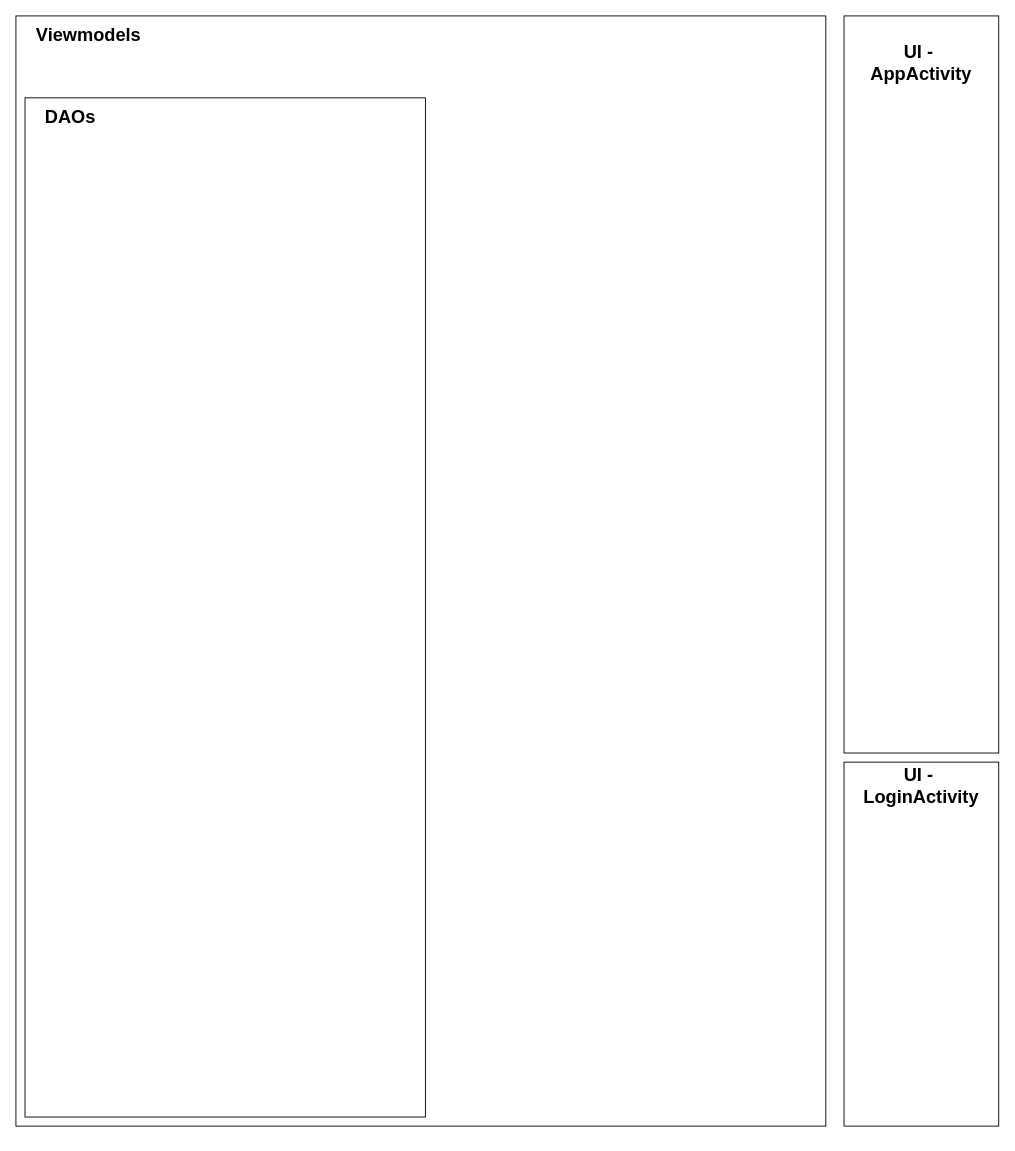
This is objekt-laufzeit.drawio from TheYaINN/Taskmaster, a draw.io file, before an edit. Source tidied: cells renumbered, new cells numbered last; positions are measured from the earlier drawing's top-left corner, leaving out a move shared by most shapes. Both pictures are drawn from the tidied source at 91%, with x=0, y=0 at pixel (15, 15).
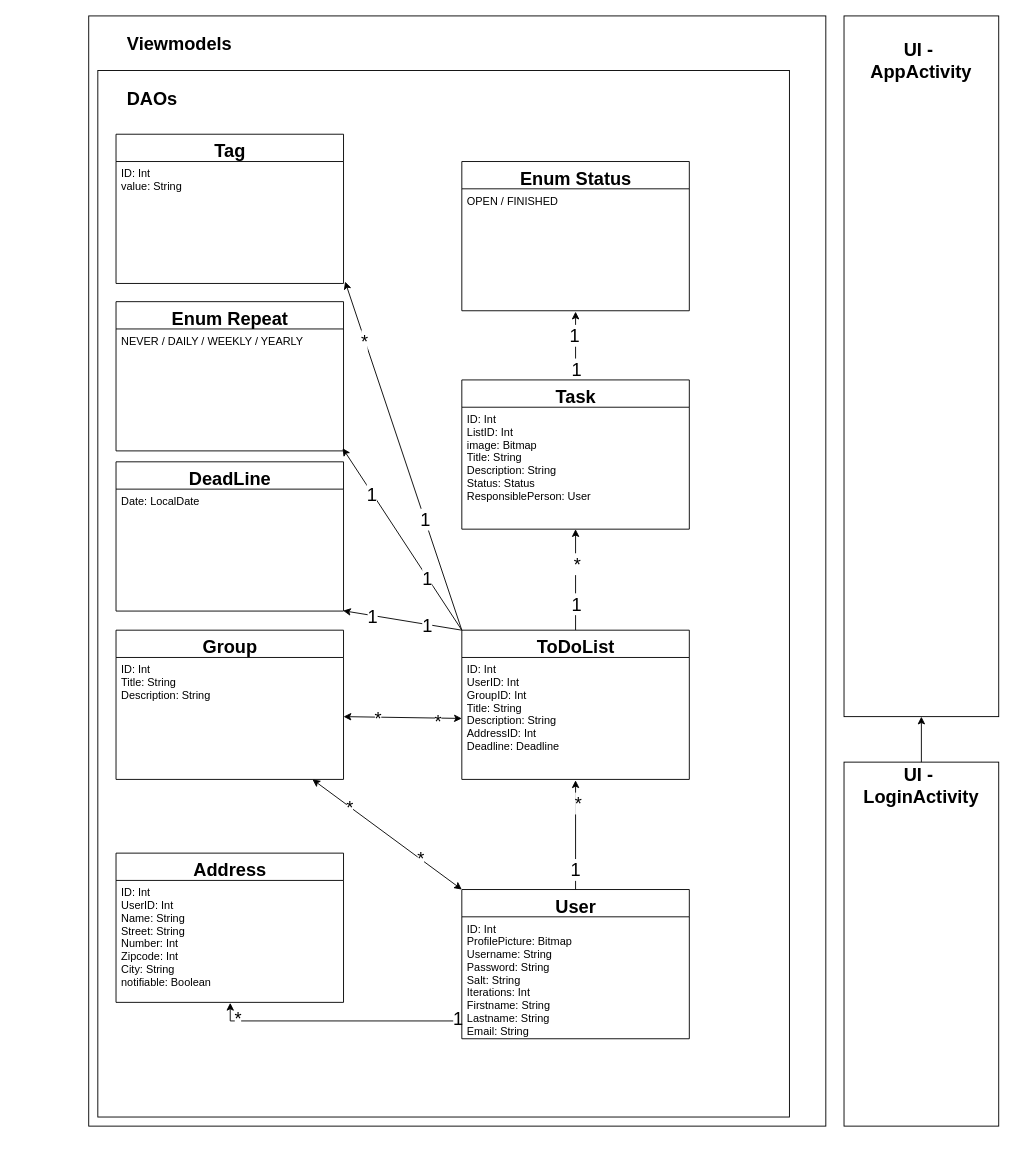
After the change.

Unchanged cells that the change refers to:
```xml
<mxCell id="11" style="rounded=0;whiteSpace=wrap;html=1;labelBackgroundColor=none;fontSize=20;fontColor=#000000;align=left;" parent="10" vertex="1">
  <mxGeometry width="170" height="400" as="geometry" />
</mxCell>
```

Diff of the diagram source:
```diff
@@
-    <mxCell id="2" style="group;" parent="1" vertex="1">
-      <mxGeometry x="10" y="90" width="870" height="1140" as="geometry" />
-    </mxCell>
-    <mxCell id="3" style="rounded=0;whiteSpace=wrap;html=1;" parent="2" vertex="1">
-      <mxGeometry x="-10" y="-90" width="890" height="1220" as="geometry" />
+    <mxCell id="3" style="rounded=0;whiteSpace=wrap;html=1;" parent="1" vertex="1">
+      <mxGeometry x="80" width="810" height="1220" as="geometry" />
     </mxCell>
-    <mxCell id="4" style="rounded=0;whiteSpace=wrap;labelPosition=left;verticalLabelPosition=middle;align=right;verticalAlign=middle;html=1;fontStyle=1;fontSize=20;labelBackgroundColor=none;labelBorderColor=none;spacingTop=0;noLabel=0;overflow=visible;" parent="2" vertex="1">
-      <mxGeometry width="440" height="1120" as="geometry" />
-    </mxCell>
-    <mxCell id="5" value="&lt;b&gt;DAOs&lt;/b&gt;" style="text;html=1;strokeColor=none;fillColor=none;align=center;verticalAlign=middle;whiteSpace=wrap;rounded=0;labelBackgroundColor=none;fontSize=20;fontColor=#000000;" parent="2" vertex="1">
-      <mxGeometry x="10" y="10" width="80" height="20" as="geometry" />
-    </mxCell>
     <mxCell id="6" value="&lt;b&gt;Viewmodels&lt;/b&gt;" style="text;html=1;strokeColor=none;fillColor=none;align=center;verticalAlign=middle;whiteSpace=wrap;rounded=0;labelBackgroundColor=none;fontSize=20;fontColor=#000000;" parent="1" vertex="1">
-      <mxGeometry x="10" y="10" width="140" height="20" as="geometry" />
+      <mxGeometry x="110" y="20" width="140" height="20" as="geometry" />
     </mxCell>
     <mxCell id="7" style="group;" parent="1" vertex="1">
-      <mxGeometry x="910" width="170" height="810" as="geometry" />
+      <mxGeometry x="910" width="170" height="770" as="geometry" />
     </mxCell>
     <mxCell id="8" style="rounded=0;whiteSpace=wrap;html=1;labelBackgroundColor=none;fontSize=20;fontColor=#000000;align=left;" parent="7" vertex="1">
-      <mxGeometry width="170" height="810" as="geometry" />
+      <mxGeometry width="170" height="770" as="geometry" />
     </mxCell>
     <mxCell id="9" value="&lt;b&gt;UI -&amp;nbsp; AppActivity&lt;br&gt;&lt;/b&gt;" style="text;html=1;strokeColor=none;fillColor=none;align=center;verticalAlign=middle;whiteSpace=wrap;rounded=0;labelBackgroundColor=none;fontSize=20;fontColor=#000000;" parent="7" vertex="1">
-      <mxGeometry x="10" y="12.9" width="150" height="77.1" as="geometry" />
+      <mxGeometry x="10" y="12.2" width="150" height="73.3" as="geometry" />
     </mxCell>
@@
+    <mxCell id="4" style="rounded=0;whiteSpace=wrap;labelPosition=left;verticalLabelPosition=middle;align=right;verticalAlign=middle;html=1;fontStyle=1;fontSize=20;labelBackgroundColor=none;labelBorderColor=none;spacingTop=0;noLabel=0;overflow=visible;" parent="1" vertex="1">
+      <mxGeometry x="90" y="60" width="760" height="1150" as="geometry" />
+    </mxCell>
+    <mxCell id="5" value="&lt;b&gt;DAOs&lt;/b&gt;" style="text;html=1;strokeColor=none;fillColor=none;align=center;verticalAlign=middle;whiteSpace=wrap;rounded=0;labelBackgroundColor=none;fontSize=20;fontColor=#000000;" parent="1" vertex="1">
+      <mxGeometry x="110" y="80" width="80" height="20" as="geometry" />
+    </mxCell>
+    <mxCell id="13" style="edgeStyle=orthogonalEdgeStyle;rounded=0;jettySize=auto;html=1;entryX=0.5;entryY=1;entryDx=0;entryDy=0;fontSize=20;fontColor=#000000;" parent="1" edge="1" source="11" target="8">
+      <mxGeometry relative="1" as="geometry" />
+    </mxCell>
+    <mxCell id="14" style="edgeStyle=orthogonalEdgeStyle;rounded=0;jettySize=auto;html=1;entryX=0.502;entryY=1.004;entryDx=0;entryDy=0;entryPerimeter=0;fontSize=20;fontColor=#000000;exitX=0;exitY=0.854;exitDx=0;exitDy=0;exitPerimeter=0;" parent="1" edge="1" source="21" target="23">
+      <mxGeometry relative="1" as="geometry" />
+    </mxCell>
+    <mxCell id="15" value="1" style="edgeLabel;html=1;align=center;verticalAlign=middle;fontSize=20;fontColor=#000000;" parent="14" vertex="1">
+      <mxGeometry x="-0.36" y="-1" relative="1" as="geometry">
+        <mxPoint x="83" y="-3" as="offset" />
+      </mxGeometry>
+    </mxCell>
+    <mxCell id="16" value="*" style="edgeLabel;html=1;align=center;verticalAlign=middle;fontSize=20;fontColor=#000000;" parent="14" vertex="1">
+      <mxGeometry x="0.35" y="1" relative="1" as="geometry">
+        <mxPoint x="-61" y="-5" as="offset" />
+      </mxGeometry>
+    </mxCell>
+    <mxCell id="17" style="edgeStyle=orthogonalEdgeStyle;rounded=0;jettySize=auto;html=1;entryX=0.5;entryY=1.007;entryDx=0;entryDy=0;entryPerimeter=0;fontSize=20;fontColor=#000000;" parent="1" edge="1" source="20" target="28">
+      <mxGeometry relative="1" as="geometry" />
+    </mxCell>
+    <mxCell id="18" value="1" style="edgeLabel;html=1;align=center;verticalAlign=middle;fontSize=20;fontColor=#000000;" parent="17" vertex="1">
+      <mxGeometry x="-0.61" y="1" relative="1" as="geometry" />
+    </mxCell>
+    <mxCell id="19" value="*" style="edgeLabel;html=1;align=center;verticalAlign=middle;fontSize=20;fontColor=#000000;" parent="17" vertex="1">
+      <mxGeometry x="0.6" y="-2" relative="1" as="geometry" />
+    </mxCell>
+    <mxCell id="20" value="User" style="swimlane;fontStyle=1;align=center;verticalAlign=top;horizontal=1;startSize=30;rounded=0;labelBackgroundColor=none;fontSize=20;fontColor=#000000;html=1;" parent="1" vertex="1">
+      <mxGeometry x="490" y="960" width="250" height="164" as="geometry" />
+    </mxCell>
+    <mxCell id="21" value="ID: Int&#10;ProfilePicture: Bitmap&#10;Username: String&#10;Password: String&#10;Salt: String&#10;Iterations: Int&#10;Firstname: String&#10;Lastname: String&#10;Email: String" style="text;strokeColor=none;fillColor=none;align=left;verticalAlign=top;spacingLeft=4;spacingRight=4;overflow=hidden;points=[[0,0.5],[1,0.5]];portConstraint=eastwest;" parent="20" vertex="1">
+      <mxGeometry y="30" width="250" height="134" as="geometry" />
+    </mxCell>
+    <mxCell id="22" value="Address" style="swimlane;fontStyle=1;align=center;verticalAlign=top;horizontal=1;startSize=30;rounded=0;labelBackgroundColor=none;fontSize=20;fontColor=#000000;html=1;" parent="1" vertex="1">
+      <mxGeometry x="110" y="920" width="250" height="164" as="geometry" />
+    </mxCell>
+    <mxCell id="23" value="ID: Int&#10;UserID: Int&#10;Name: String&#10;Street: String&#10;Number: Int&#10;Zipcode: Int&#10;City: String&#10;notifiable: Boolean" style="text;strokeColor=none;fillColor=none;align=left;verticalAlign=top;spacingLeft=4;spacingRight=4;overflow=hidden;points=[[0,0.5],[1,0.5]];portConstraint=eastwest;" parent="22" vertex="1">
+      <mxGeometry y="30" width="250" height="134" as="geometry" />
+    </mxCell>
+    <mxCell id="24" style="edgeStyle=orthogonalEdgeStyle;rounded=0;jettySize=auto;html=1;entryX=0.5;entryY=1;entryDx=0;entryDy=0;entryPerimeter=0;fontSize=20;fontColor=#000000;" parent="1" edge="1" source="27" target="35">
+      <mxGeometry relative="1" as="geometry" />
+    </mxCell>
+    <mxCell id="25" value="1" style="edgeLabel;html=1;align=center;verticalAlign=middle;fontSize=20;fontColor=#000000;" parent="24" vertex="1">
+      <mxGeometry x="-0.68" y="3" relative="1" as="geometry">
+        <mxPoint x="3" y="-12" as="offset" />
+      </mxGeometry>
+    </mxCell>
+    <mxCell id="26" value="*" style="edgeLabel;html=1;align=center;verticalAlign=middle;fontSize=20;fontColor=#000000;" parent="24" vertex="1">
+      <mxGeometry x="0.34" y="-1" relative="1" as="geometry" />
+    </mxCell>
+    <mxCell id="27" value="ToDoList" style="swimlane;fontStyle=1;align=center;verticalAlign=top;horizontal=1;startSize=30;rounded=0;labelBackgroundColor=none;fontSize=20;fontColor=#000000;html=1;" parent="1" vertex="1">
+      <mxGeometry x="490" y="675" width="250" height="164" as="geometry" />
+    </mxCell>
+    <mxCell id="28" value="ID: Int&#10;UserID: Int&#10;GroupID: Int&#10;Title: String&#10;Description: String&#10;AddressID: Int&#10;Deadline: Deadline" style="text;strokeColor=none;fillColor=none;align=left;verticalAlign=top;spacingLeft=4;spacingRight=4;overflow=hidden;points=[[0,0.5],[1,0.5]];portConstraint=eastwest;" parent="27" vertex="1">
+      <mxGeometry y="30" width="250" height="134" as="geometry" />
+    </mxCell>
+    <mxCell id="29" value="DeadLine" style="swimlane;fontStyle=1;align=center;verticalAlign=top;horizontal=1;startSize=30;rounded=0;labelBackgroundColor=none;fontSize=20;fontColor=#000000;html=1;" parent="1" vertex="1">
+      <mxGeometry x="110" y="490" width="250" height="164" as="geometry" />
+    </mxCell>
+    <mxCell id="30" value="Date: LocalDate" style="text;strokeColor=none;fillColor=none;align=left;verticalAlign=top;spacingLeft=4;spacingRight=4;overflow=hidden;points=[[0,0.5],[1,0.5]];portConstraint=eastwest;" parent="29" vertex="1">
+      <mxGeometry y="30" width="250" height="134" as="geometry" />
+    </mxCell>
+    <mxCell id="31" style="edgeStyle=orthogonalEdgeStyle;rounded=0;jettySize=auto;html=1;entryX=0.5;entryY=1.007;entryDx=0;entryDy=0;entryPerimeter=0;fontSize=20;fontColor=#000000;" parent="1" edge="1" source="34" target="37">
+      <mxGeometry relative="1" as="geometry" />
+    </mxCell>
+    <mxCell id="32" value="1" style="edgeLabel;html=1;align=center;verticalAlign=middle;fontSize=20;fontColor=#000000;" parent="31" vertex="1">
+      <mxGeometry x="-0.66" relative="1" as="geometry" />
+    </mxCell>
+    <mxCell id="33" value="1" style="edgeLabel;html=1;align=center;verticalAlign=middle;fontSize=20;fontColor=#000000;" parent="31" vertex="1">
+      <mxGeometry x="0.33" y="2" relative="1" as="geometry" />
+    </mxCell>
+    <mxCell id="34" value="Task" style="swimlane;fontStyle=1;align=center;verticalAlign=top;horizontal=1;startSize=30;rounded=0;labelBackgroundColor=none;fontSize=20;fontColor=#000000;html=1;" parent="1" vertex="1">
+      <mxGeometry x="490" y="400" width="250" height="164" as="geometry" />
+    </mxCell>
+    <mxCell id="35" value="ID: Int&#10;ListID: Int&#10;image: Bitmap&#10;Title: String&#10;Description: String&#10;Status: Status&#10;ResponsiblePerson: User" style="text;strokeColor=none;fillColor=none;align=left;verticalAlign=top;spacingLeft=4;spacingRight=4;overflow=hidden;points=[[0,0.5],[1,0.5]];portConstraint=eastwest;" parent="34" vertex="1">
+      <mxGeometry y="30" width="250" height="134" as="geometry" />
+    </mxCell>
+    <mxCell id="36" value="Enum Status" style="swimlane;fontStyle=1;align=center;verticalAlign=top;horizontal=1;startSize=30;rounded=0;labelBackgroundColor=none;fontSize=20;fontColor=#000000;html=1;" parent="1" vertex="1">
+      <mxGeometry x="490" y="160" width="250" height="164" as="geometry" />
+    </mxCell>
+    <mxCell id="37" value="OPEN / FINISHED" style="text;strokeColor=none;fillColor=none;align=left;verticalAlign=top;spacingLeft=4;spacingRight=4;overflow=hidden;points=[[0,0.5],[1,0.5]];portConstraint=eastwest;" parent="36" vertex="1">
+      <mxGeometry y="30" width="250" height="134" as="geometry" />
+    </mxCell>
+    <mxCell id="38" value="Tag" style="swimlane;fontStyle=1;align=center;verticalAlign=top;horizontal=1;startSize=30;rounded=0;labelBackgroundColor=none;fontSize=20;fontColor=#000000;html=1;" parent="1" vertex="1">
+      <mxGeometry x="110" y="130" width="250" height="164" as="geometry" />
+    </mxCell>
+    <mxCell id="39" value="ID: Int&#10;value: String" style="text;strokeColor=none;fillColor=none;align=left;verticalAlign=top;spacingLeft=4;spacingRight=4;overflow=hidden;points=[[0,0.5],[1,0.5]];portConstraint=eastwest;" parent="38" vertex="1">
+      <mxGeometry y="30" width="250" height="134" as="geometry" />
+    </mxCell>
+    <mxCell id="40" value="Enum Repeat" style="swimlane;fontStyle=1;align=center;verticalAlign=top;horizontal=1;startSize=30;rounded=0;labelBackgroundColor=none;fontSize=20;fontColor=#000000;html=1;" parent="1" vertex="1">
+      <mxGeometry x="110" y="314" width="250" height="164" as="geometry" />
+    </mxCell>
+    <mxCell id="41" value="NEVER / DAILY / WEEKLY / YEARLY" style="text;strokeColor=none;fillColor=none;align=left;verticalAlign=top;spacingLeft=4;spacingRight=4;overflow=hidden;points=[[0,0.5],[1,0.5]];portConstraint=eastwest;" parent="40" vertex="1">
+      <mxGeometry y="30" width="250" height="134" as="geometry" />
+    </mxCell>
+    <mxCell id="42" value="Group" style="swimlane;fontStyle=1;align=center;verticalAlign=top;horizontal=1;startSize=30;rounded=0;labelBackgroundColor=none;fontSize=20;fontColor=#000000;html=1;" parent="1" vertex="1">
+      <mxGeometry x="110" y="675" width="250" height="164" as="geometry" />
+    </mxCell>
+    <mxCell id="43" value="ID: Int&#10;Title: String&#10;Description: String" style="text;strokeColor=none;fillColor=none;align=left;verticalAlign=top;spacingLeft=4;spacingRight=4;overflow=hidden;points=[[0,0.5],[1,0.5]];portConstraint=eastwest;" parent="42" vertex="1">
+      <mxGeometry y="30" width="250" height="134" as="geometry" />
+    </mxCell>
+    <mxCell id="44" style="endArrow=classic;startArrow=classic;html=1;fontSize=20;fontColor=#000000;exitX=0;exitY=0;exitDx=0;exitDy=0;" parent="1" edge="1" source="20" target="43">
+      <mxGeometry relative="1" as="geometry" />
+    </mxCell>
+    <mxCell id="45" value="*" style="edgeLabel;html=1;align=center;verticalAlign=middle;fontSize=20;fontColor=#000000;" parent="44" vertex="1">
+      <mxGeometry x="0.5" relative="1" as="geometry" />
+    </mxCell>
+    <mxCell id="46" value="*" style="edgeLabel;html=1;align=center;verticalAlign=middle;fontSize=20;fontColor=#000000;" parent="44" vertex="1">
+      <mxGeometry x="-0.44" y="-1" relative="1" as="geometry" />
+    </mxCell>
+    <mxCell id="47" style="endArrow=classic;startArrow=classic;html=1;fontSize=20;fontColor=#000000;entryX=0;entryY=0.5;entryDx=0;entryDy=0;" parent="1" edge="1" target="28">
+      <mxGeometry relative="1" as="geometry">
+        <mxPoint x="360" y="770" as="sourcePoint" />
+      </mxGeometry>
+    </mxCell>
+    <mxCell id="48" value="*" style="edgeLabel;html=1;align=center;verticalAlign=middle;fontSize=20;fontColor=#000000;" parent="47" vertex="1">
+      <mxGeometry x="0.6" y="-3" relative="1" as="geometry" />
+    </mxCell>
+    <mxCell id="49" value="*" style="edgeLabel;html=1;align=center;verticalAlign=middle;fontSize=20;fontColor=#000000;" parent="47" vertex="1">
+      <mxGeometry x="-0.42" y="-1" relative="1" as="geometry" />
+    </mxCell>
+    <mxCell id="50" style="endArrow=classic;html=1;fontSize=20;fontColor=#000000;entryX=0.998;entryY=0.997;entryDx=0;entryDy=0;entryPerimeter=0;exitX=0;exitY=0;exitDx=0;exitDy=0;" parent="1" edge="1" source="27" target="30">
+      <mxGeometry relative="1" as="geometry" />
+    </mxCell>
+    <mxCell id="51" value="1" style="edgeLabel;html=1;align=center;verticalAlign=middle;fontSize=20;fontColor=#000000;" parent="50" vertex="1">
+      <mxGeometry x="0.5" y="2" relative="1" as="geometry">
+        <mxPoint y="-1" as="offset" />
+      </mxGeometry>
+    </mxCell>
+    <mxCell id="52" value="1" style="edgeLabel;html=1;align=center;verticalAlign=middle;fontSize=20;fontColor=#000000;" parent="50" vertex="1">
+      <mxGeometry x="-0.42" relative="1" as="geometry">
+        <mxPoint x="-1" as="offset" />
+      </mxGeometry>
+    </mxCell>
+    <mxCell id="53" style="endArrow=classic;html=1;fontSize=20;fontColor=#000000;exitX=0;exitY=0;exitDx=0;exitDy=0;entryX=0.996;entryY=0.978;entryDx=0;entryDy=0;entryPerimeter=0;" parent="1" edge="1" source="27" target="41">
+      <mxGeometry relative="1" as="geometry" />
+    </mxCell>
+    <mxCell id="54" value="1" style="edgeLabel;html=1;align=center;verticalAlign=middle;fontSize=20;fontColor=#000000;" parent="53" vertex="1">
+      <mxGeometry x="0.5" y="2" relative="1" as="geometry">
+        <mxPoint y="-1" as="offset" />
+      </mxGeometry>
+    </mxCell>
+    <mxCell id="55" value="1" style="edgeLabel;html=1;align=center;verticalAlign=middle;fontSize=20;fontColor=#000000;" parent="53" vertex="1">
+      <mxGeometry x="-0.42" relative="1" as="geometry">
+        <mxPoint x="-1" as="offset" />
+      </mxGeometry>
+    </mxCell>
+    <mxCell id="56" style="endArrow=classic;html=1;fontSize=20;fontColor=#000000;entryX=1.007;entryY=0.985;entryDx=0;entryDy=0;entryPerimeter=0;exitX=0;exitY=0;exitDx=0;exitDy=0;" parent="1" edge="1" source="27" target="39">
+      <mxGeometry relative="1" as="geometry" />
+    </mxCell>
+    <mxCell id="57" value="*" style="edgeLabel;html=1;align=center;verticalAlign=middle;fontSize=20;fontColor=#000000;" parent="56" vertex="1">
+      <mxGeometry x="0.66" y="1" relative="1" as="geometry">
+        <mxPoint y="-1" as="offset" />
+      </mxGeometry>
+    </mxCell>
+    <mxCell id="58" value="1" style="edgeLabel;html=1;align=center;verticalAlign=middle;fontSize=20;fontColor=#000000;" parent="56" vertex="1">
+      <mxGeometry x="-0.36" y="-1" relative="1" as="geometry" />
+    </mxCell>
```
